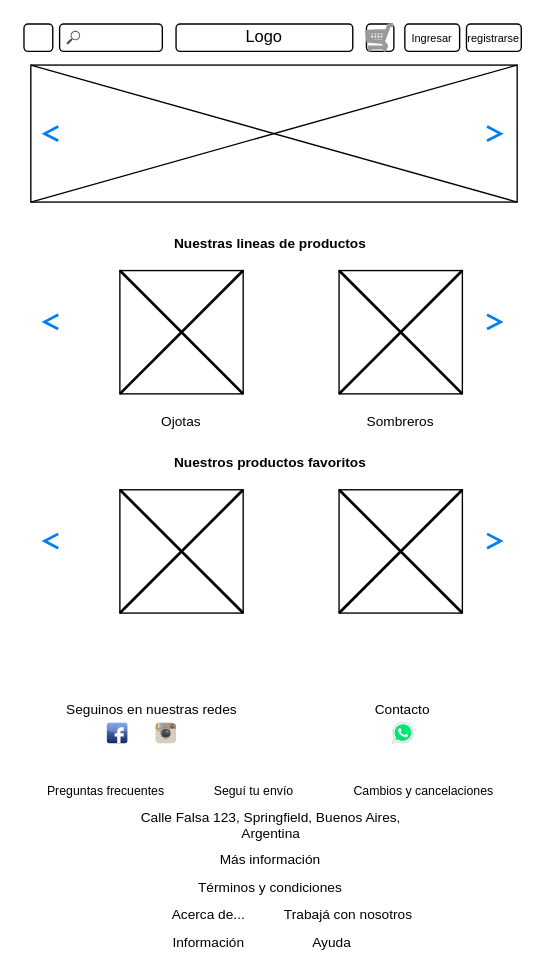
The draw.io diagram page "Mobile_home" (6 of 10) of BequiaWireframe.drawio in drisaro/grupo_6_bequia, before the edit. Source tidied: cells renumbered, new cells numbered last; positions are measured from the earlier drawing's top-left corner, leaving out a move shared by most shapes. Both pictures are drawn from the tidied source at 137%, with x=0, y=0 at pixel (23, 23).
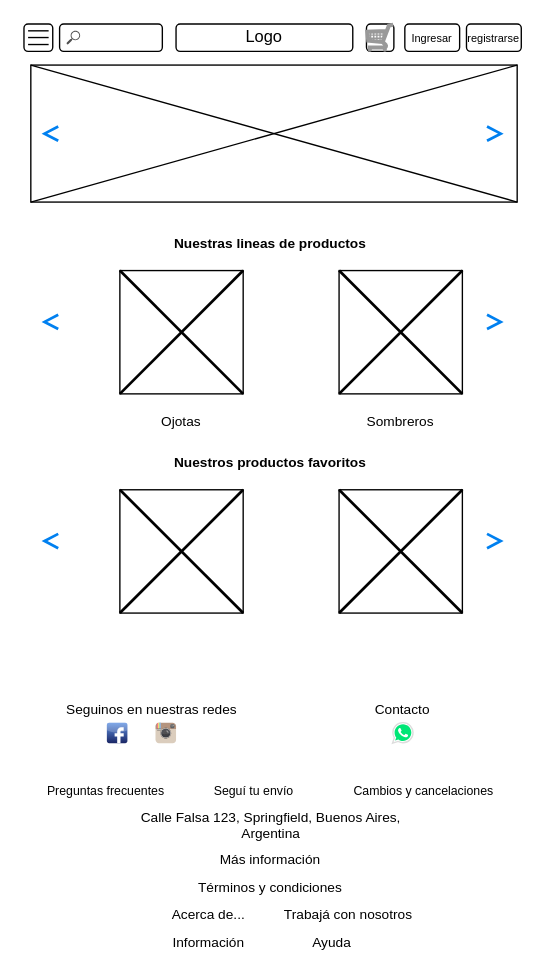
The same diagram, later.

Change to the diagram source:
```diff
@@
+    <mxCell id="50" style="endArrow=none;html=1;rounded=0;fontSize=9;strokeWidth=1;" parent="1" edge="1">
+      <mxGeometry relative="1" as="geometry">
+        <mxPoint x="3" y="5" as="sourcePoint" />
+        <mxPoint x="18" y="5" as="targetPoint" />
+      </mxGeometry>
+    </mxCell>
+    <mxCell id="51" style="endArrow=none;html=1;rounded=0;fontSize=9;strokeWidth=1;" parent="1" edge="1">
+      <mxGeometry relative="1" as="geometry">
+        <mxPoint x="3" y="15" as="sourcePoint" />
+        <mxPoint x="18" y="15" as="targetPoint" />
+      </mxGeometry>
+    </mxCell>
+    <mxCell id="52" style="endArrow=none;html=1;rounded=0;fontSize=9;strokeWidth=1;" parent="1" edge="1">
+      <mxGeometry relative="1" as="geometry">
+        <mxPoint x="3" y="9.9" as="sourcePoint" />
+        <mxPoint x="18" y="9.9" as="targetPoint" />
+        <Array as="points">
+          <mxPoint x="11" y="9.9" />
+        </Array>
+      </mxGeometry>
+    </mxCell>
```
